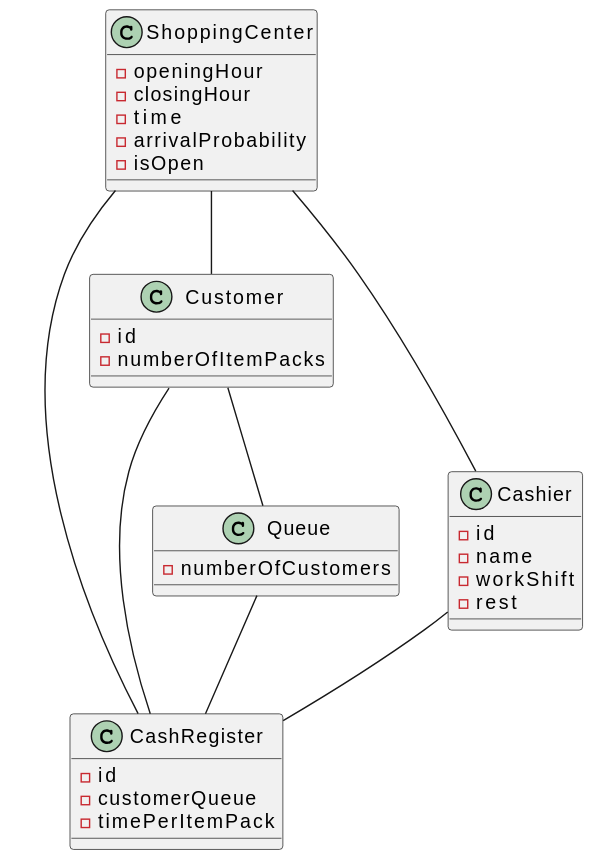
mmasias/23-24-IdSw2-SDD keeps this PlantUML diagram as images/modelosUML/diagramaClasesRelacionadas.svg. Above is the earlier version.
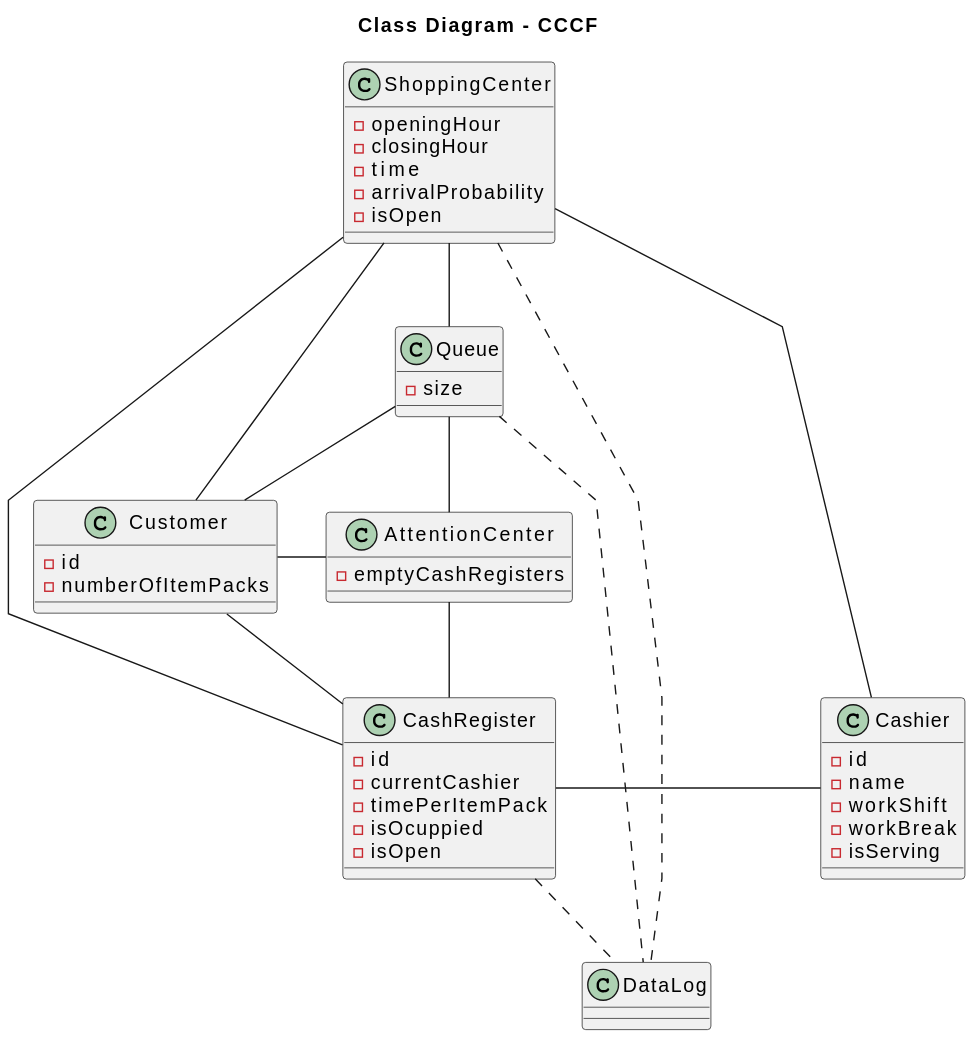
Later version of the same file.

Commit message:
diagrama clases svg

The edit, as a diff of the source:
```diff
@@ -1,4 +1,8 @@
 @startuml
+skinparam linetype polyline
+
+title Class Diagram - CCCF
+
 class ShoppingCenter {
     - openingHour
     - closingHour
@@ -7,10 +11,16 @@
     - isOpen
 }
 
+class AttentionCenter{
+    - emptyCashRegisters
+}
+
 class CashRegister {
     - id
-    - customerQueue
+    - currentCashier
     - timePerItemPack
+    - isOcuppied
+    - isOpen
 }
 
 class Customer {
@@ -19,25 +29,38 @@
 }
 
 class Queue {
-    - numberOfCustomers
+    - size
 }
 
 class Cashier {
     - id
     - name
     - workShift
-    - rest
+    - workBreak
+    - isServing
+}
+
+class DataLog{
+
 }
 
 
-ShoppingCenter -- CashRegister
+ShoppingCenter -- Queue
 ShoppingCenter -- Customer
 ShoppingCenter -- Cashier
+ShoppingCenter -- CashRegister
 
-Cashier -- CashRegister
+Queue -- AttentionCenter
+Queue --  Customer
 
-Customer -- Queue
+AttentionCenter -left- Customer
+AttentionCenter -- CashRegister
 
-Queue -- CashRegister
-Customer -- CashRegister
+CashRegister -right- Cashier
+
+CashRegister -- Customer
+
+ShoppingCenter .. DataLog
+Queue .. DataLog
+CashRegister .. DataLog
 @enduml
```
